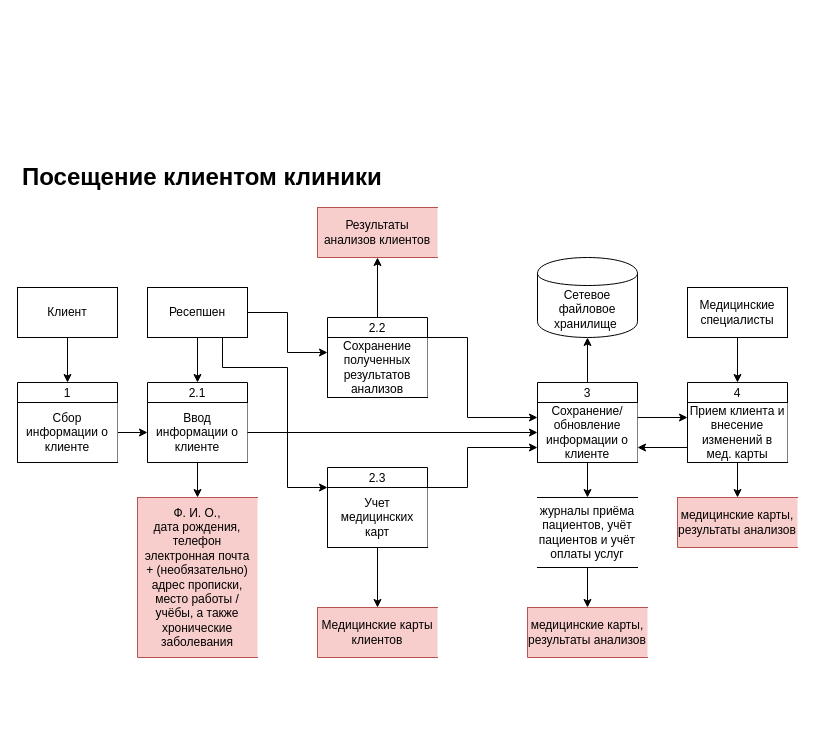
Above: Task1/DataFlow_ClientVisit.drawio in RyabchikovVN/architecture-medikamente (draw.io), before the change. Source tidied: cells renumbered, new cells numbered last; positions are measured from the earlier drawing's top-left corner, leaving out a move shared by most shapes. Both pictures are drawn from the tidied source at 100%, with x=0, y=0 at pixel (17, 157).
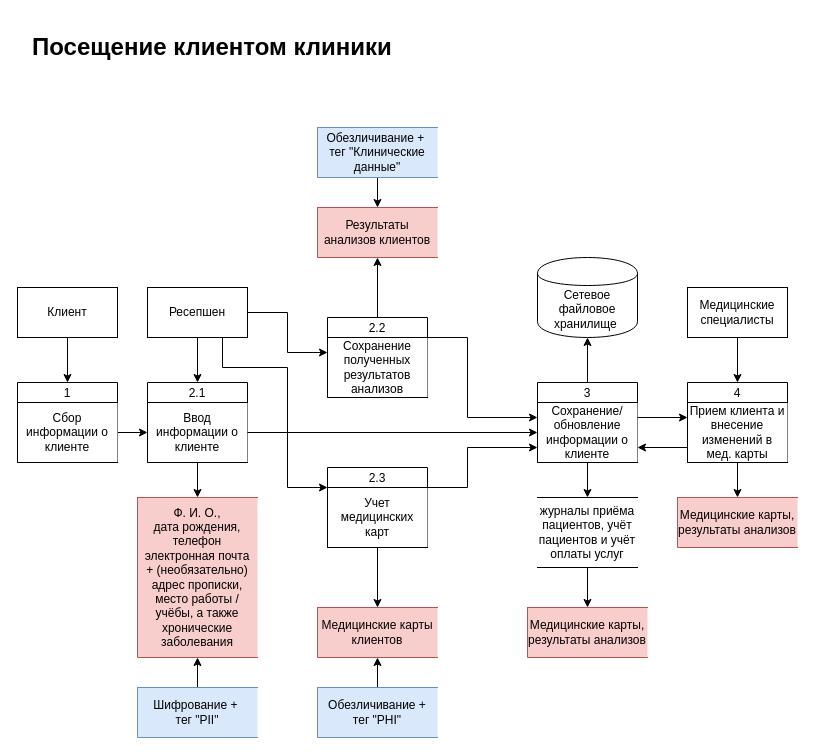
Above is the later version.

Unchanged cells that the change refers to:
```xml
<mxCell id="11" value="Ф. И. О., &lt;br style=&quot;font-size: 12px;&quot;&gt;дата рождения, телефон электронная почта&lt;br style=&quot;border-color: var(--border-color); font-size: 12px;&quot;&gt;&lt;div&gt;+ (необязательно) адрес прописки, место работы / учёбы,&amp;nbsp;а также хронические заболевания&lt;/div&gt;" style="html=1;dashed=0;whiteSpace=wrap;shape=partialRectangle;right=0;fontSize=12;fillColor=#f8cecc;strokeColor=#b85450;" parent="1" vertex="1">
  <mxGeometry x="120" y="340" width="120" height="160" as="geometry" />
</mxCell>
<mxCell id="35" value="Результаты анализов клиентов" style="html=1;dashed=0;whiteSpace=wrap;shape=partialRectangle;right=0;fontSize=12;fillColor=#f8cecc;strokeColor=#b85450;" parent="1" vertex="1">
  <mxGeometry x="300" y="50" width="120" height="50" as="geometry" />
</mxCell>
<mxCell id="38" value="Медицинские карты клиентов" style="html=1;dashed=0;whiteSpace=wrap;shape=partialRectangle;right=0;fontSize=12;fillColor=#f8cecc;strokeColor=#b85450;" parent="1" vertex="1">
  <mxGeometry x="300" y="450" width="120" height="50" as="geometry" />
</mxCell>
```

Diff of the diagram source:
```diff
@@
     <mxCell id="23" value="&lt;h1&gt;Посещение клиентом клиники&lt;/h1&gt;" style="text;html=1;strokeColor=none;fillColor=none;spacing=5;spacingTop=-20;whiteSpace=wrap;overflow=hidden;rounded=0;" parent="1" vertex="1">
-      <mxGeometry width="370" height="40" as="geometry" />
+      <mxGeometry x="10" y="-130" width="370" height="40" as="geometry" />
     </mxCell>
@@
-    <mxCell id="26" value="медицинские карты, результаты анализов" style="html=1;dashed=0;whiteSpace=wrap;shape=partialRectangle;right=0;fontSize=12;fillColor=#f8cecc;strokeColor=#b85450;" parent="1" vertex="1">
+    <mxCell id="26" value="Медицинские карты, результаты анализов" style="html=1;dashed=0;whiteSpace=wrap;shape=partialRectangle;right=0;fontSize=12;fillColor=#f8cecc;strokeColor=#b85450;" parent="1" vertex="1">
       <mxGeometry x="510" y="450" width="120" height="50" as="geometry" />
     </mxCell>
@@
-    <mxCell id="30" value="медицинские карты, результаты анализов" style="html=1;dashed=0;whiteSpace=wrap;shape=partialRectangle;right=0;fontSize=12;fillColor=#f8cecc;strokeColor=#b85450;" parent="1" vertex="1">
+    <mxCell id="30" value="Медицинские карты, результаты анализов" style="html=1;dashed=0;whiteSpace=wrap;shape=partialRectangle;right=0;fontSize=12;fillColor=#f8cecc;strokeColor=#b85450;" parent="1" vertex="1">
       <mxGeometry x="660" y="340" width="120" height="50" as="geometry" />
     </mxCell>
@@
+    <mxCell id="43" style="edgeStyle=orthogonalEdgeStyle;rounded=0;jettySize=auto;html=1;" parent="1" edge="1" source="44" target="11">
+      <mxGeometry relative="1" as="geometry" />
+    </mxCell>
+    <mxCell id="44" value="Шифрование +&amp;nbsp;&lt;br&gt;тег &quot;PII&quot;" style="html=1;dashed=0;whiteSpace=wrap;shape=partialRectangle;right=0;fillColor=#dae8fc;strokeColor=#6c8ebf;" parent="1" vertex="1">
+      <mxGeometry x="120" y="530" width="120" height="50" as="geometry" />
+    </mxCell>
+    <mxCell id="45" style="edgeStyle=orthogonalEdgeStyle;rounded=0;jettySize=auto;html=1;" parent="1" edge="1" source="46" target="38">
+      <mxGeometry relative="1" as="geometry" />
+    </mxCell>
+    <mxCell id="46" value="Обезличивание +&lt;br&gt;тег &quot;PHI&quot;" style="html=1;dashed=0;whiteSpace=wrap;shape=partialRectangle;right=0;fillColor=#dae8fc;strokeColor=#6c8ebf;" parent="1" vertex="1">
+      <mxGeometry x="300" y="530" width="120" height="50" as="geometry" />
+    </mxCell>
+    <mxCell id="47" style="edgeStyle=orthogonalEdgeStyle;rounded=0;jettySize=auto;html=1;" parent="1" edge="1" source="48" target="35">
+      <mxGeometry relative="1" as="geometry" />
+    </mxCell>
+    <mxCell id="48" value="Обезличивание +&amp;nbsp;&lt;br&gt;тег &quot;Клинические данные&quot;" style="html=1;dashed=0;whiteSpace=wrap;shape=partialRectangle;right=0;fillColor=#dae8fc;strokeColor=#6c8ebf;" parent="1" vertex="1">
+      <mxGeometry x="300" y="-30" width="120" height="50" as="geometry" />
+    </mxCell>
```
